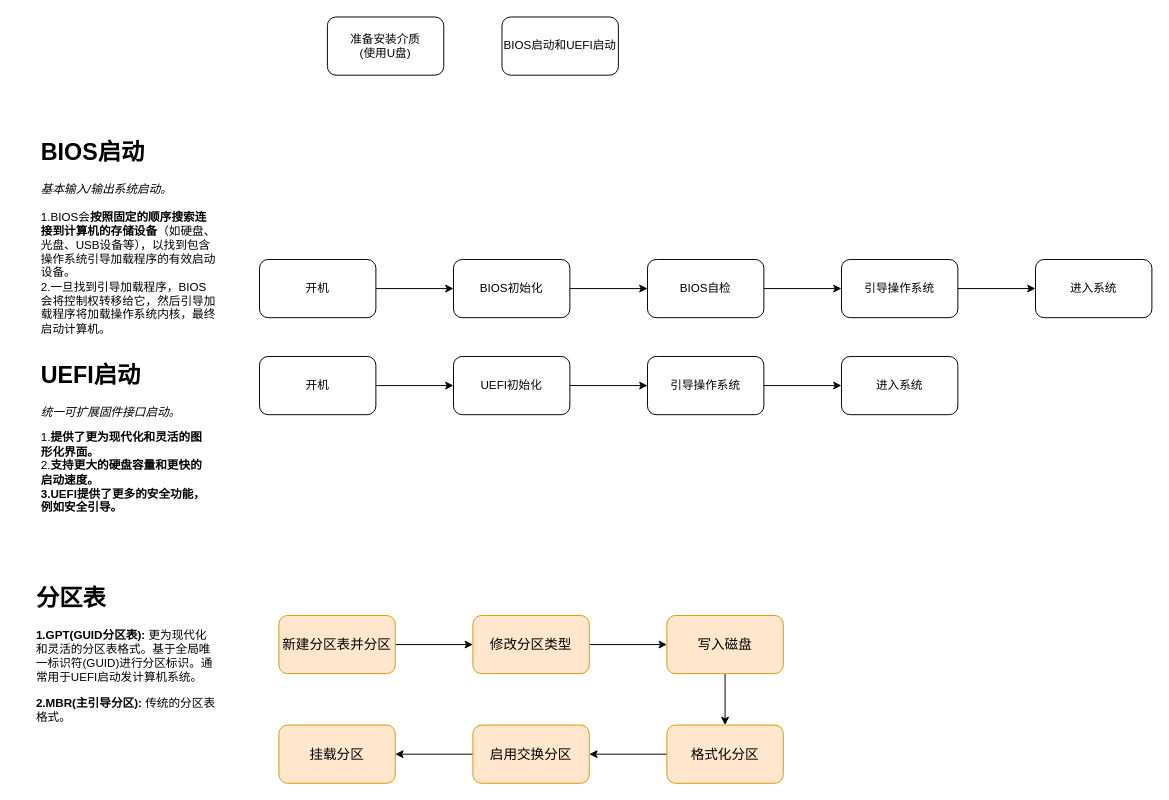
Before: page "第 3 页" (3 of 3) of Java/temp.drawio in Sstmtz/draw.io-, a draw.io diagram. Source tidied: cells renumbered, new cells numbered last; positions are measured from the earlier drawing's top-left corner, leaving out a move shared by most shapes. Both pictures are drawn from the tidied source at 97%, with x=0, y=0 at pixel (31, 16).
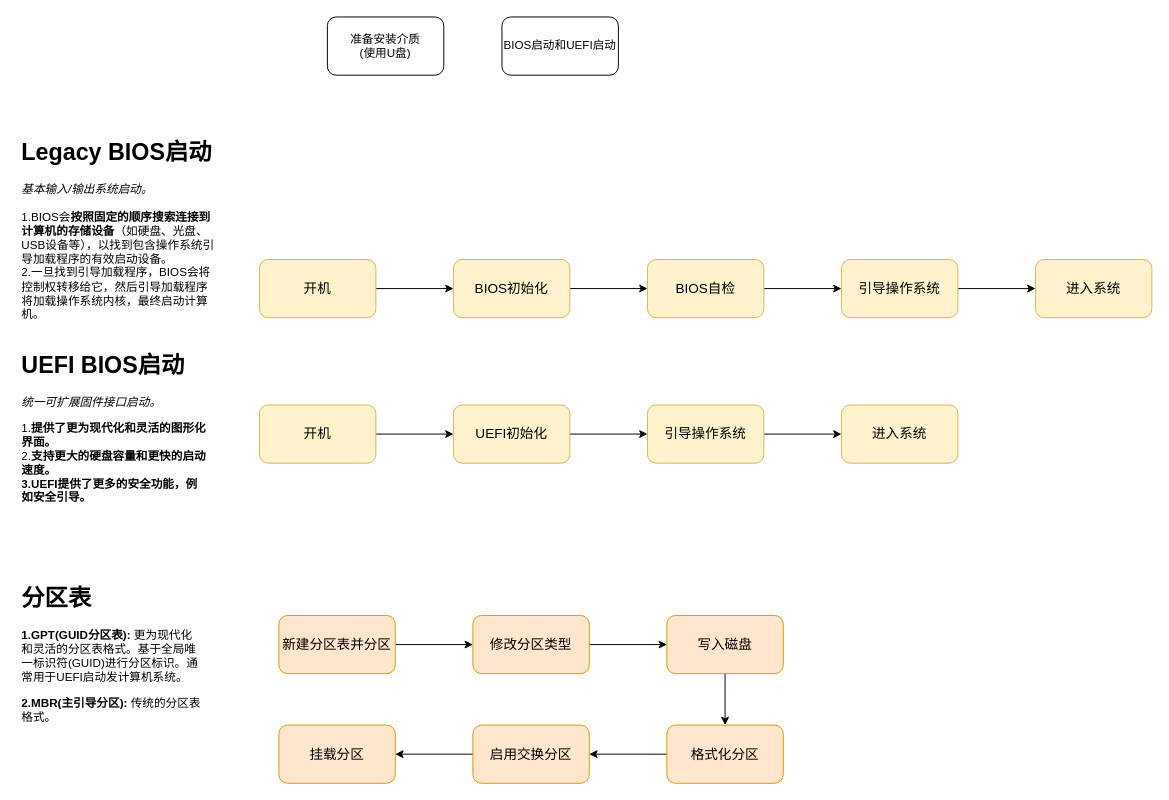
Above is the later version.

Diff of the diagram source:
```diff
@@
-    <mxCell id="5" value="开机" style="rounded=1;whiteSpace=wrap;html=1;" parent="1" vertex="1">
+    <mxCell id="5" value="&lt;font style=&quot;font-size: 14px;&quot;&gt;开机&lt;/font&gt;" style="rounded=1;whiteSpace=wrap;html=1;fillColor=#fff2cc;strokeColor=#d6b656;" parent="1" vertex="1">
       <mxGeometry x="235" y="250" width="120" height="60" as="geometry" />
     </mxCell>
@@
-    <mxCell id="7" value="BIOS初始化" style="rounded=1;whiteSpace=wrap;html=1;" parent="1" vertex="1">
+    <mxCell id="7" value="&lt;font style=&quot;font-size: 14px;&quot;&gt;BIOS初始化&lt;/font&gt;" style="rounded=1;whiteSpace=wrap;html=1;fillColor=#fff2cc;strokeColor=#d6b656;" parent="1" vertex="1">
       <mxGeometry x="435" y="250" width="120" height="60" as="geometry" />
     </mxCell>
@@
-    <mxCell id="9" value="BIOS自检" style="rounded=1;whiteSpace=wrap;html=1;" parent="1" vertex="1">
+    <mxCell id="9" value="&lt;font style=&quot;font-size: 14px;&quot;&gt;BIOS自检&lt;/font&gt;" style="rounded=1;whiteSpace=wrap;html=1;fillColor=#fff2cc;strokeColor=#d6b656;" parent="1" vertex="1">
       <mxGeometry x="635" y="250" width="120" height="60" as="geometry" />
     </mxCell>
@@
-    <mxCell id="11" value="引导操作系统" style="rounded=1;whiteSpace=wrap;html=1;" parent="1" vertex="1">
+    <mxCell id="11" value="&lt;font style=&quot;font-size: 14px;&quot;&gt;引导操作系统&lt;/font&gt;" style="rounded=1;whiteSpace=wrap;html=1;fillColor=#fff2cc;strokeColor=#d6b656;" parent="1" vertex="1">
       <mxGeometry x="835" y="250" width="120" height="60" as="geometry" />
     </mxCell>
-    <mxCell id="12" value="进入系统" style="rounded=1;whiteSpace=wrap;html=1;" parent="1" vertex="1">
+    <mxCell id="12" value="&lt;font style=&quot;font-size: 14px;&quot;&gt;进入系统&lt;/font&gt;" style="rounded=1;whiteSpace=wrap;html=1;fillColor=#fff2cc;strokeColor=#d6b656;" parent="1" vertex="1">
       <mxGeometry x="1035" y="250" width="120" height="60" as="geometry" />
     </mxCell>
@@
-    <mxCell id="14" value="开机" style="rounded=1;whiteSpace=wrap;html=1;" parent="1" vertex="1">
-      <mxGeometry x="235" y="350" width="120" height="60" as="geometry" />
+    <mxCell id="14" value="&lt;font style=&quot;font-size: 14px;&quot;&gt;开机&lt;/font&gt;" style="rounded=1;whiteSpace=wrap;html=1;fillColor=#fff2cc;strokeColor=#d6b656;" parent="1" vertex="1">
+      <mxGeometry x="235" y="400" width="120" height="60" as="geometry" />
     </mxCell>
@@
-    <mxCell id="16" value="UEFI初始化" style="rounded=1;whiteSpace=wrap;html=1;" parent="1" vertex="1">
-      <mxGeometry x="435" y="350" width="120" height="60" as="geometry" />
+    <mxCell id="16" value="&lt;font style=&quot;font-size: 14px;&quot;&gt;UEFI初始化&lt;/font&gt;" style="rounded=1;whiteSpace=wrap;html=1;fillColor=#fff2cc;strokeColor=#d6b656;" parent="1" vertex="1">
+      <mxGeometry x="435" y="400" width="120" height="60" as="geometry" />
     </mxCell>
@@
-    <mxCell id="18" value="引导操作系统" style="rounded=1;whiteSpace=wrap;html=1;" parent="1" vertex="1">
-      <mxGeometry x="635" y="350" width="120" height="60" as="geometry" />
+    <mxCell id="18" value="&lt;font style=&quot;font-size: 14px;&quot;&gt;引导操作系统&lt;/font&gt;" style="rounded=1;whiteSpace=wrap;html=1;fillColor=#fff2cc;strokeColor=#d6b656;" parent="1" vertex="1">
+      <mxGeometry x="635" y="400" width="120" height="60" as="geometry" />
     </mxCell>
-    <mxCell id="19" value="进入系统" style="rounded=1;whiteSpace=wrap;html=1;" parent="1" vertex="1">
-      <mxGeometry x="835" y="350" width="120" height="60" as="geometry" />
+    <mxCell id="19" value="&lt;font style=&quot;font-size: 14px;&quot;&gt;进入系统&lt;/font&gt;" style="rounded=1;whiteSpace=wrap;html=1;fillColor=#fff2cc;strokeColor=#d6b656;" parent="1" vertex="1">
+      <mxGeometry x="835" y="400" width="120" height="60" as="geometry" />
     </mxCell>
-    <mxCell id="20" value="&lt;h1&gt;BIOS启动&lt;/h1&gt;&lt;i&gt;基本输入/输出系统启动。&lt;/i&gt;&lt;br&gt;&lt;br&gt;1.BIOS会&lt;b&gt;按照固定的顺序搜索连接到计算机的存储设备&lt;/b&gt;（如硬盘、光盘、USB设备等），以找到包含操作系统引导加载程序的有效启动设备。&lt;br&gt;2.一旦找到引导加载程序，BIOS会将控制权转移给它，然后引导加载程序将加载操作系统内核，最终启动计算机。" style="text;html=1;strokeColor=none;fillColor=none;spacing=5;spacingTop=-20;whiteSpace=wrap;overflow=hidden;rounded=0;" parent="1" vertex="1">
-      <mxGeometry x="5" y="120" width="190" height="210" as="geometry" />
+    <mxCell id="20" value="&lt;h1&gt;Legacy BIOS启动&lt;/h1&gt;&lt;i&gt;基本输入/输出系统启动。&lt;/i&gt;&lt;br&gt;&lt;br&gt;1.BIOS会&lt;b&gt;按照固定的顺序搜索连接到计算机的存储设备&lt;/b&gt;（如硬盘、光盘、USB设备等），以找到包含操作系统引导加载程序的有效启动设备。&lt;br&gt;2.一旦找到引导加载程序，BIOS会将控制权转移给它，然后引导加载程序将加载操作系统内核，最终启动计算机。" style="text;html=1;strokeColor=none;fillColor=none;spacing=5;spacingTop=-20;whiteSpace=wrap;overflow=hidden;rounded=0;" parent="1" vertex="1">
+      <mxGeometry x="-15" y="120" width="210" height="210" as="geometry" />
     </mxCell>
-    <mxCell id="21" value="&lt;h1&gt;UEFI启动&lt;/h1&gt;&lt;div&gt;&lt;i&gt;统一可扩展固件接口启动。&lt;/i&gt;&lt;br&gt;&lt;/div&gt;&lt;p&gt;&lt;/p&gt;1.&lt;b&gt;提供了更为现代化和灵活的图形化界面。&lt;/b&gt;&lt;br&gt;2.&lt;b&gt;支持更大的硬盘容量和更快的启动速度。&lt;br&gt;3.UEFI提供了更多的安全功能，例如安全引导。&lt;br&gt;&lt;/b&gt;" style="text;html=1;strokeColor=none;fillColor=none;spacing=5;spacingTop=-20;whiteSpace=wrap;overflow=hidden;rounded=0;" parent="1" vertex="1">
-      <mxGeometry x="5" y="350" width="180" height="170" as="geometry" />
+    <mxCell id="21" value="&lt;h1&gt;UEFI BIOS启动&lt;/h1&gt;&lt;div&gt;&lt;i&gt;统一可扩展固件接口启动。&lt;/i&gt;&lt;br&gt;&lt;/div&gt;&lt;p&gt;&lt;/p&gt;1.&lt;b&gt;提供了更为现代化和灵活的图形化界面。&lt;/b&gt;&lt;br&gt;2.&lt;b&gt;支持更大的硬盘容量和更快的启动速度。&lt;br&gt;3.UEFI提供了更多的安全功能，例如安全引导。&lt;br&gt;&lt;/b&gt;" style="text;html=1;strokeColor=none;fillColor=none;spacing=5;spacingTop=-20;whiteSpace=wrap;overflow=hidden;rounded=0;" parent="1" vertex="1">
+      <mxGeometry x="-15" y="340" width="200" height="180" as="geometry" />
     </mxCell>
     <mxCell id="22" value="&lt;h1&gt;分区表&lt;/h1&gt;&lt;p&gt;&lt;b&gt;1.GPT(GUID分区表): &lt;/b&gt;更为现代化和灵活的分区表格式。基于全局唯一标识符(GUID)进行分区标识。通常用于UEFI启动发计算机系统。&lt;/p&gt;&lt;p&gt;&lt;b&gt;2.MBR(主引导分区): &lt;/b&gt;传统的分区表格式。&lt;/p&gt;" style="text;html=1;strokeColor=none;fillColor=none;spacing=5;spacingTop=-20;whiteSpace=wrap;overflow=hidden;rounded=0;" parent="1" vertex="1">
-      <mxGeometry y="580" width="195" height="150" as="geometry" />
+      <mxGeometry x="-15" y="580" width="195" height="150" as="geometry" />
     </mxCell>
```
